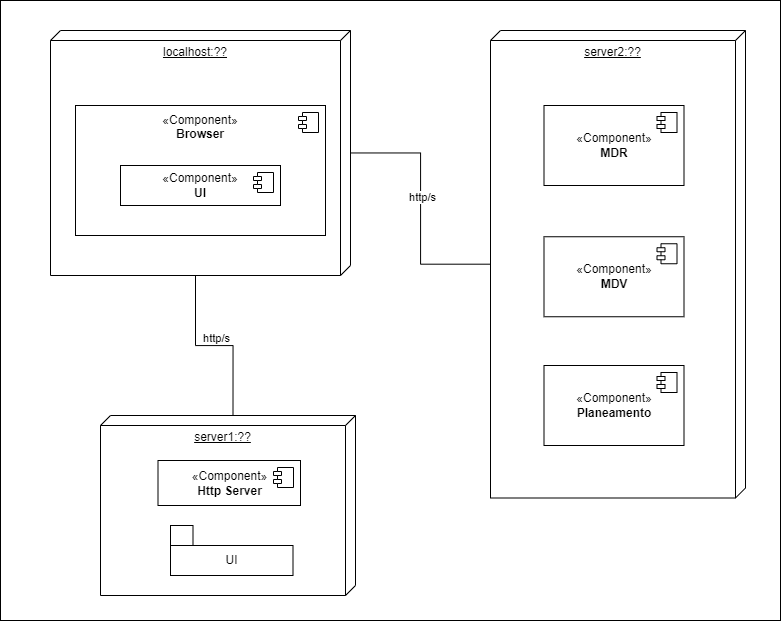
This is docs/global-artifacts/03.design/physical-view/level-2/png/N2-VF.png from vscosousa/LAPR5_3DC_G15, a draw.io export, as it was before one commit. Source tidied: cells renumbered, new cells last; positions are measured from the earlier drawing's top-left corner, leaving out a move shared by most shapes.
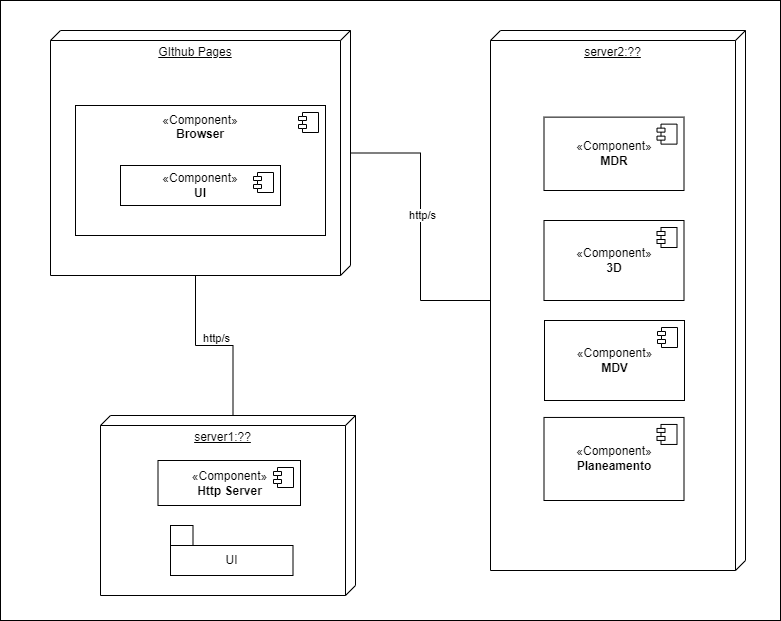
After the change.

Commit message:
ref #5 Physical View Updates

- Added MDV to the view

The edit, as a diff of the source:
```diff
@@ -46,21 +46,21 @@
       </mxGeometry>
     </mxCell>
     <mxCell id="15" style="group;" parent="12" vertex="1">
-      <mxGeometry x="490" y="30" width="255" height="467.5" as="geometry" />
+      <mxGeometry x="490" y="30" width="255" height="540" as="geometry" />
     </mxCell>
     <mxCell id="16" value="server2:??" style="verticalAlign=top;align=center;spacingTop=8;spacingLeft=2;spacingRight=12;shape=cube;size=10;direction=south;fontStyle=4;html=1;whiteSpace=wrap;" parent="15" vertex="1">
-      <mxGeometry width="255" height="467.5" as="geometry" />
+      <mxGeometry width="255" height="540" as="geometry" />
     </mxCell>
     <mxCell id="17" value="«Component&lt;span style=&quot;background-color: initial;&quot;&gt;»&lt;/span&gt;&lt;div&gt;&lt;b&gt;MDR&lt;/b&gt;&lt;/div&gt;" style="html=1;whiteSpace=wrap;" parent="15" vertex="1">
-      <mxGeometry x="53.5" y="75" width="140" height="80" as="geometry" />
+      <mxGeometry x="53.5" y="86.6" width="140" height="73.4" as="geometry" />
     </mxCell>
     <mxCell id="18" style="shape=module;jettyWidth=8;jettyHeight=4;" parent="17" vertex="1">
       <mxGeometry x="1" width="20" height="20" relative="1" as="geometry">
         <mxPoint x="-27" y="7" as="offset" />
       </mxGeometry>
     </mxCell>
-    <mxCell id="19" value="«Component&lt;span style=&quot;background-color: initial;&quot;&gt;»&lt;/span&gt;&lt;div&gt;&lt;b&gt;MDV&lt;/b&gt;&lt;/div&gt;" style="html=1;whiteSpace=wrap;" parent="15" vertex="1">
-      <mxGeometry x="53.5" y="206.2" width="140" height="80" as="geometry" />
+    <mxCell id="19" value="«Component&lt;span style=&quot;background-color: initial;&quot;&gt;»&lt;/span&gt;&lt;div&gt;&lt;b&gt;3D&lt;/b&gt;&lt;/div&gt;" style="html=1;whiteSpace=wrap;" parent="15" vertex="1">
+      <mxGeometry x="53.5" y="190" width="140" height="80" as="geometry" />
     </mxCell>
     <mxCell id="20" style="shape=module;jettyWidth=8;jettyHeight=4;" parent="19" vertex="1">
       <mxGeometry x="1" width="20" height="20" relative="1" as="geometry">
@@ -68,17 +68,25 @@
       </mxGeometry>
     </mxCell>
     <mxCell id="21" value="«Component&lt;span style=&quot;background-color: initial;&quot;&gt;»&lt;/span&gt;&lt;div&gt;&lt;b&gt;Planeamento&lt;/b&gt;&lt;/div&gt;" style="html=1;whiteSpace=wrap;" parent="15" vertex="1">
-      <mxGeometry x="53.5" y="335" width="140" height="80" as="geometry" />
+      <mxGeometry x="53.5" y="386.9" width="140" height="83" as="geometry" />
     </mxCell>
     <mxCell id="22" style="shape=module;jettyWidth=8;jettyHeight=4;" parent="21" vertex="1">
       <mxGeometry x="1" width="20" height="20" relative="1" as="geometry">
         <mxPoint x="-27" y="7" as="offset" />
       </mxGeometry>
     </mxCell>
+    <mxCell id="29" value="«Component»&lt;br&gt;&lt;b&gt;MDV&lt;/b&gt;" style="html=1;" parent="15" vertex="1">
+      <mxGeometry x="54" y="290" width="140" height="80" as="geometry" />
+    </mxCell>
+    <mxCell id="30" style="shape=module;jettyWidth=8;jettyHeight=4;" parent="29" vertex="1">
+      <mxGeometry x="1" width="20" height="20" relative="1" as="geometry">
+        <mxPoint x="-27" y="7" as="offset" />
+      </mxGeometry>
+    </mxCell>
     <mxCell id="23" style="group;" parent="12" vertex="1">
       <mxGeometry x="50" y="30" width="300" height="245" as="geometry" />
     </mxCell>
-    <mxCell id="24" value="localhost:??" style="verticalAlign=top;align=center;spacingTop=8;spacingLeft=2;spacingRight=12;shape=cube;size=10;direction=south;fontStyle=4;html=1;whiteSpace=wrap;" parent="23" vertex="1">
+    <mxCell id="24" value="GIthub Pages" style="verticalAlign=top;align=center;spacingTop=8;spacingLeft=2;spacingRight=12;shape=cube;size=10;direction=south;fontStyle=4;html=1;whiteSpace=wrap;" parent="23" vertex="1">
       <mxGeometry width="300" height="245" as="geometry" />
     </mxCell>
     <mxCell id="25" value="«Component&lt;span style=&quot;background-color: initial;&quot;&gt;»&lt;/span&gt;&lt;div&gt;&lt;b&gt;Browser&lt;/b&gt;&lt;/div&gt;&lt;div&gt;&lt;br&gt;&lt;/div&gt;&lt;div&gt;&lt;b&gt;&lt;br&gt;&lt;/b&gt;&lt;/div&gt;&lt;div&gt;&lt;br&gt;&lt;/div&gt;&lt;div&gt;&lt;b&gt;&lt;br&gt;&lt;/b&gt;&lt;/div&gt;&lt;div&gt;&lt;b&gt;&lt;br&gt;&lt;/b&gt;&lt;/div&gt;&lt;div&gt;&lt;br&gt;&lt;/div&gt;" style="html=1;whiteSpace=wrap;" parent="23" vertex="1">
```
